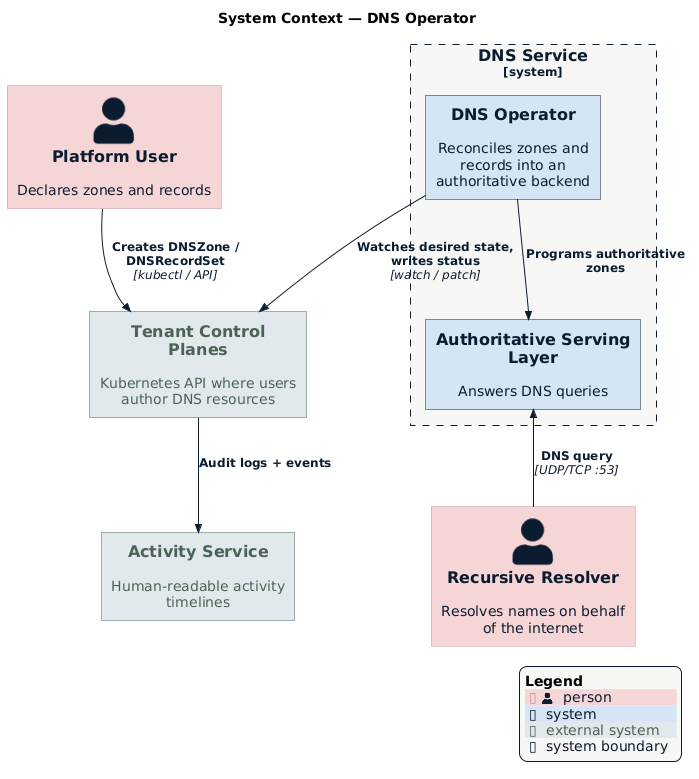
Earlier version of the PlantUML export docs/architecture/diagrams/system-context.png (datum-cloud/dns-operator).
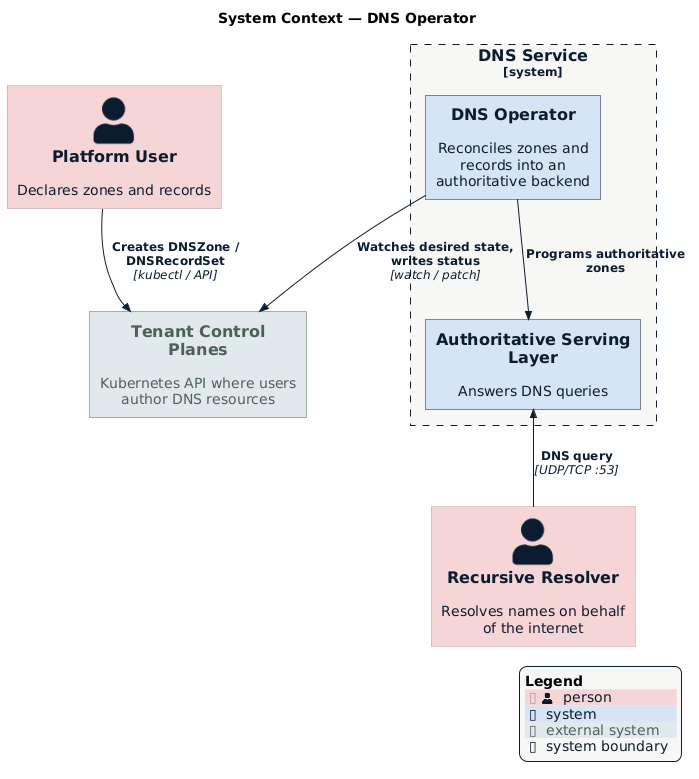
Above is the later version.

Commit message:
docs: Add backend architecture, drop activity, apply tech-writing style

Change to the diagram source:
```diff
@@ -14,13 +14,11 @@
 }
 
 System_Ext(cp, "Tenant Control Planes", "Kubernetes API where users author DNS resources")
-System_Ext(activity, "Activity Service", "Human-readable activity timelines")
 
 Rel(user, cp, "Creates DNSZone / DNSRecordSet", "kubectl / API")
 Rel(operator, cp, "Watches desired state, writes status", "watch / patch")
 Rel(operator, serving, "Programs authoritative zones")
 Rel_U(resolver, serving, "DNS query", "UDP/TCP :53")
-Rel(cp, activity, "Audit logs + events")
 
 SHOW_LEGEND()
 @enduml
```
